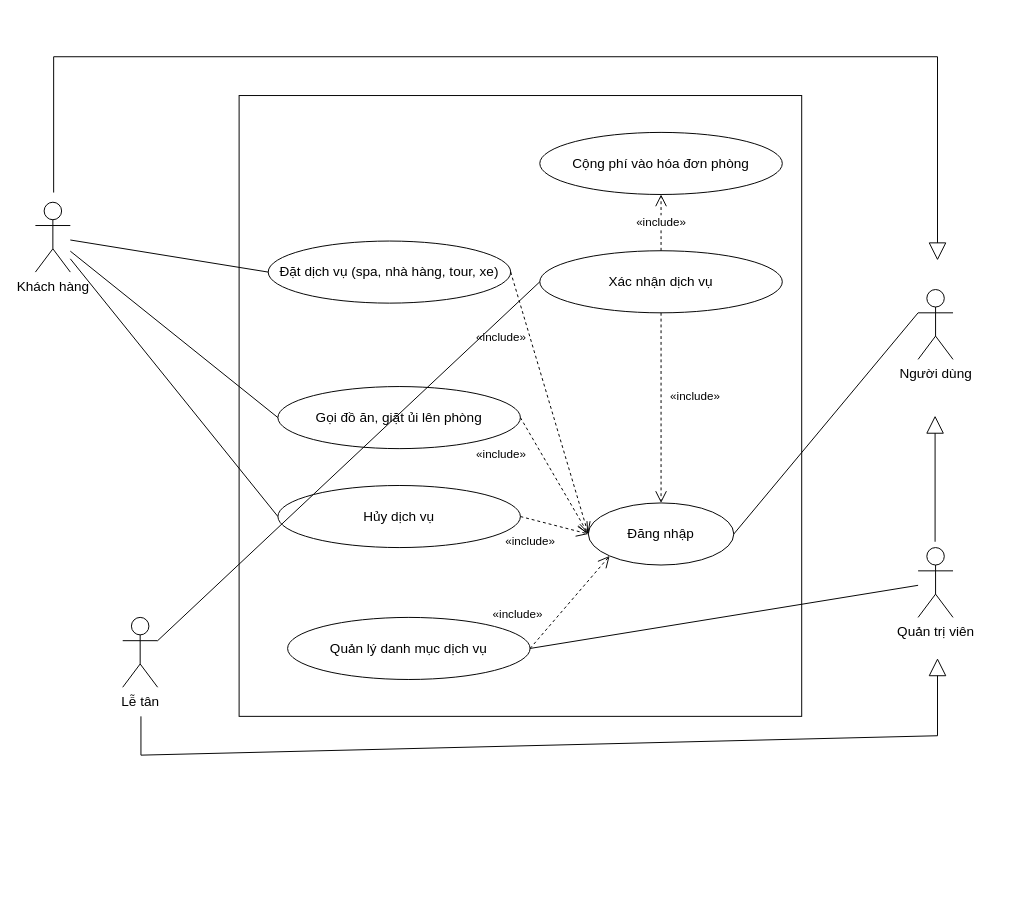
Earlier version of the draw.io diagram docs/use-case/ucn2-dich-vu.drawio (ngynquchn2511/beach-hotel). Source tidied: cells renumbered, new cells numbered last; positions are measured from the earlier drawing's top-left corner, leaving out a move shared by most shapes. Both pictures are drawn from the tidied source at 97%, with x=0, y=0 at pixel (35, 56).
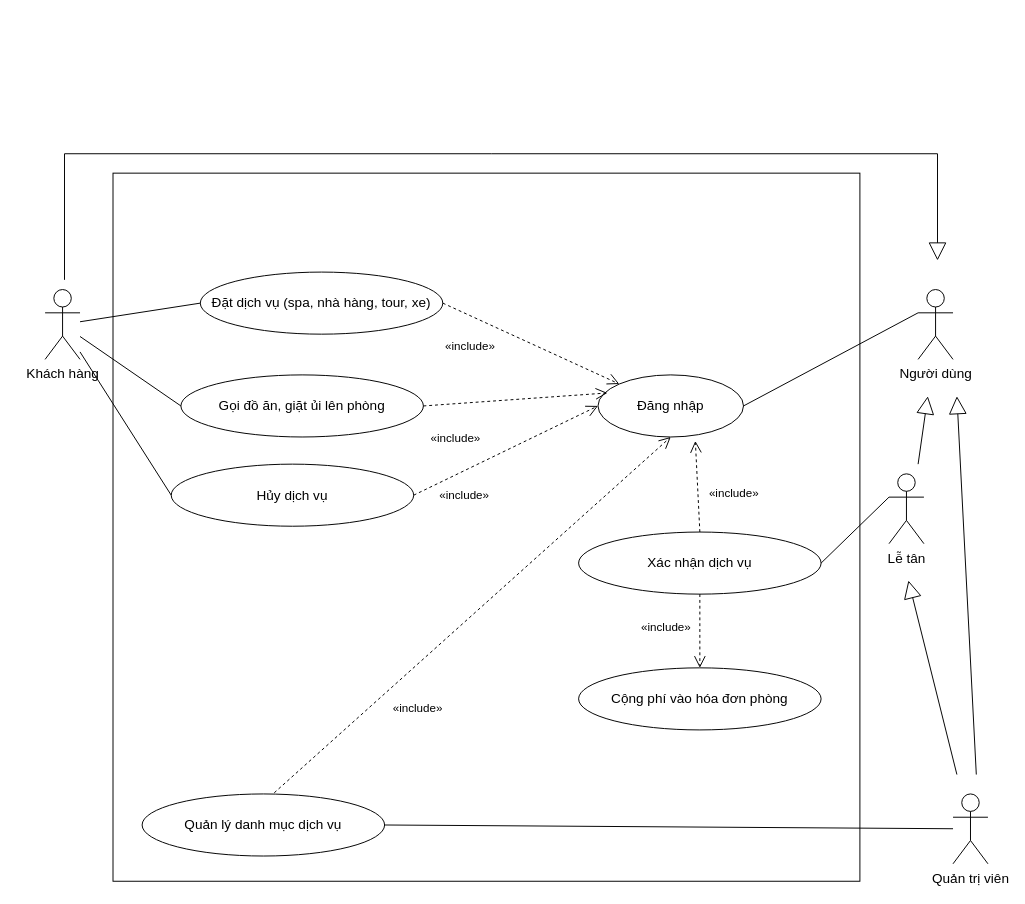
The same diagram, later.

The edit, as a diff of the source:
```diff
@@
     <mxCell id="2" style="fontFamily=Arial;fontColor=#000000;rounded=0;whiteSpace=wrap;html=1;verticalAlign=top;fontStyle=1;fontSize=14;fillColor=none;strokeColor=#000000;spacingTop=6;" parent="1" vertex="1">
-      <mxGeometry x="210" y="40" width="580" height="640" as="geometry" />
+      <mxGeometry x="80" y="120" width="770" height="730" as="geometry" />
     </mxCell>
     <mxCell id="3" value="Đặt dịch vụ (spa, nhà hàng, tour, xe)" style="fontFamily=Arial;fontColor=#000000;ellipse;whiteSpace=wrap;html=1;fillColor=#FFFFFF;strokeColor=#000000;fontSize=14;" parent="1" vertex="1">
-      <mxGeometry x="240" y="190" width="250" height="64" as="geometry" />
+      <mxGeometry x="170" y="222" width="250" height="64" as="geometry" />
     </mxCell>
     <mxCell id="4" value="Gọi đồ ăn, giặt ủi lên phòng" style="fontFamily=Arial;fontColor=#000000;ellipse;whiteSpace=wrap;html=1;fillColor=#FFFFFF;strokeColor=#000000;fontSize=14;" parent="1" vertex="1">
-      <mxGeometry x="250" y="340" width="250" height="64" as="geometry" />
+      <mxGeometry x="150" y="328" width="250" height="64" as="geometry" />
     </mxCell>
     <mxCell id="5" value="Hủy dịch vụ" style="fontFamily=Arial;fontColor=#000000;ellipse;whiteSpace=wrap;html=1;fillColor=#FFFFFF;strokeColor=#000000;fontSize=14;" parent="1" vertex="1">
-      <mxGeometry x="250" y="442" width="250" height="64" as="geometry" />
+      <mxGeometry x="140" y="420" width="250" height="64" as="geometry" />
     </mxCell>
     <mxCell id="6" value="Xác nhận dịch vụ" style="fontFamily=Arial;fontColor=#000000;ellipse;whiteSpace=wrap;html=1;fillColor=#FFFFFF;strokeColor=#000000;fontSize=14;" parent="1" vertex="1">
-      <mxGeometry x="520" y="200" width="250" height="64" as="geometry" />
+      <mxGeometry x="560" y="490" width="250" height="64" as="geometry" />
     </mxCell>
     <mxCell id="7" value="Cộng phí vào hóa đơn phòng" style="fontFamily=Arial;fontColor=#000000;ellipse;whiteSpace=wrap;html=1;fillColor=#FFFFFF;strokeColor=#000000;fontSize=14;" parent="1" vertex="1">
-      <mxGeometry x="520" y="78" width="250" height="64" as="geometry" />
+      <mxGeometry x="560" y="630" width="250" height="64" as="geometry" />
     </mxCell>
     <mxCell id="8" value="Quản lý danh mục dịch vụ" style="fontFamily=Arial;fontColor=#000000;ellipse;whiteSpace=wrap;html=1;fillColor=#FFFFFF;strokeColor=#000000;fontSize=14;" parent="1" vertex="1">
-      <mxGeometry x="260" y="578" width="250" height="64" as="geometry" />
+      <mxGeometry x="110" y="760" width="250" height="64" as="geometry" />
     </mxCell>
     <mxCell id="9" value="Đăng nhập" style="fontFamily=Arial;fontColor=#000000;ellipse;whiteSpace=wrap;html=1;fillColor=#FFFFFF;strokeColor=#000000;fontSize=14;" parent="1" vertex="1">
-      <mxGeometry x="570" y="460" width="150" height="64" as="geometry" />
+      <mxGeometry x="580" y="328" width="150" height="64" as="geometry" />
     </mxCell>
-    <mxCell id="10" value="«include»" style="fontFamily=Arial;fontColor=#000000;endArrow=open;endSize=10;dashed=1;html=1;strokeColor=#000000;rounded=0;fontSize=12;labelBackgroundColor=#FFFFFF;exitX=1;exitY=0.5;exitDx=0;exitDy=0;exitPerimeter=0;entryX=0;entryY=0.5;entryDx=0;entryDy=0;entryPerimeter=0;" parent="1" edge="1" source="3" target="9">
+    <mxCell id="10" value="«include»" style="fontFamily=Arial;fontColor=#000000;endArrow=open;endSize=10;dashed=1;html=1;strokeColor=#000000;rounded=0;fontSize=12;labelBackgroundColor=#FFFFFF;exitX=1;exitY=0.5;exitDx=0;exitDy=0;exitPerimeter=0;entryX=0;entryY=0;entryDx=0;entryDy=0;" parent="1" edge="1" source="3" target="9">
       <mxGeometry x="-0.56" y="-29" relative="1" as="geometry" />
     </mxCell>
     <mxCell id="11" value="Khách hàng" style="fontFamily=Arial;fontColor=#000000;shape=umlActor;verticalLabelPosition=bottom;verticalAlign=top;html=1;outlineConnect=0;fillColor=#FFFFFF;strokeColor=#000000;fontSize=14;" parent="1" vertex="1">
-      <mxGeometry y="150" width="36" height="72" as="geometry" />
+      <mxGeometry x="10" y="240" width="36" height="72" as="geometry" />
     </mxCell>
     <mxCell id="12" value="Lễ tân" style="fontFamily=Arial;fontColor=#000000;shape=umlActor;verticalLabelPosition=bottom;verticalAlign=top;html=1;outlineConnect=0;fillColor=#FFFFFF;strokeColor=#000000;fontSize=14;" parent="1" vertex="1">
-      <mxGeometry x="90" y="578" width="36" height="72" as="geometry" />
+      <mxGeometry x="880" y="430" width="36" height="72" as="geometry" />
     </mxCell>
     <mxCell id="13" value="Quản trị viên" style="fontFamily=Arial;fontColor=#000000;shape=umlActor;verticalLabelPosition=bottom;verticalAlign=top;html=1;outlineConnect=0;fillColor=#FFFFFF;strokeColor=#000000;fontSize=14;" parent="1" vertex="1">
-      <mxGeometry x="910" y="506" width="36" height="72" as="geometry" />
+      <mxGeometry x="946" y="760" width="36" height="72" as="geometry" />
     </mxCell>
@@
-    <mxCell id="18" value="«include»" style="fontFamily=Arial;fontColor=#000000;endArrow=open;endSize=10;dashed=1;html=1;strokeColor=#000000;rounded=0;fontSize=12;labelBackgroundColor=#FFFFFF;exitX=0.5;exitY=0;exitDx=0;exitDy=0;entryX=0.5;entryY=1;entryDx=0;entryDy=0;" parent="1" edge="1" source="6" target="7">
-      <mxGeometry relative="1" as="geometry" />
+    <mxCell id="18" value="«include»" style="fontFamily=Arial;fontColor=#000000;endArrow=open;endSize=10;dashed=1;html=1;strokeColor=#000000;rounded=0;fontSize=12;labelBackgroundColor=#FFFFFF;exitX=0.5;exitY=1;exitDx=0;exitDy=0;entryX=0.5;entryY=0;entryDx=0;entryDy=0;" parent="1" edge="1" source="6" target="7">
+      <mxGeometry x="-0.07" y="-35" relative="1" as="geometry" />
     </mxCell>
@@
     <mxCell id="20" style="endArrow=block;endSize=16;endFill=0;html=1;rounded=0;" parent="1" edge="1">
       <mxGeometry relative="1" as="geometry">
-        <mxPoint x="927.5" y="500" as="sourcePoint" />
-        <mxPoint x="927.5" y="370" as="targetPoint" />
+        <mxPoint x="970" y="740" as="sourcePoint" />
+        <mxPoint x="950" y="350" as="targetPoint" />
       </mxGeometry>
     </mxCell>
@@
-    <mxCell id="22" value="«include»" style="fontFamily=Arial;fontColor=#000000;endArrow=open;endSize=10;dashed=1;html=1;strokeColor=#000000;rounded=0;fontSize=12;labelBackgroundColor=#FFFFFF;exitX=1;exitY=0.5;exitDx=0;exitDy=0;entryX=0;entryY=0.5;entryDx=0;entryDy=0;" parent="1" edge="1" source="4" target="9">
+    <mxCell id="22" value="«include»" style="fontFamily=Arial;fontColor=#000000;endArrow=open;endSize=10;dashed=1;html=1;strokeColor=#000000;rounded=0;fontSize=12;labelBackgroundColor=#FFFFFF;exitX=1;exitY=0.5;exitDx=0;exitDy=0;entryX=0.065;entryY=0.291;entryDx=0;entryDy=0;entryPerimeter=0;" parent="1" edge="1" source="4" target="9">
       <mxGeometry x="-0.67" y="-36" relative="1" as="geometry" />
     </mxCell>
@@
-    <mxCell id="24" value="«include»" style="fontFamily=Arial;fontColor=#000000;endArrow=open;endSize=10;dashed=1;html=1;strokeColor=#000000;rounded=0;fontSize=12;labelBackgroundColor=#FFFFFF;exitX=0.5;exitY=1;exitDx=0;exitDy=0;" parent="1" edge="1" source="6" target="9">
-      <mxGeometry x="-0.12" y="35" relative="1" as="geometry" />
+    <mxCell id="24" value="«include»" style="fontFamily=Arial;fontColor=#000000;endArrow=open;endSize=10;dashed=1;html=1;strokeColor=#000000;rounded=0;fontSize=12;labelBackgroundColor=#FFFFFF;exitX=0.5;exitY=0;exitDx=0;exitDy=0;entryX=0.669;entryY=1.064;entryDx=0;entryDy=0;entryPerimeter=0;" parent="1" edge="1" source="6" target="9">
+      <mxGeometry x="-0.19" y="-37" relative="1" as="geometry" />
     </mxCell>
-    <mxCell id="25" value="«include»" style="fontFamily=Arial;fontColor=#000000;endArrow=open;endSize=10;dashed=1;html=1;strokeColor=#000000;rounded=0;fontSize=12;labelBackgroundColor=#FFFFFF;exitX=1;exitY=0.5;exitDx=0;exitDy=0;entryX=0;entryY=1;entryDx=0;entryDy=0;" parent="1" edge="1" source="8" target="9">
-      <mxGeometry x="-0.71" y="33" relative="1" as="geometry" />
+    <mxCell id="25" value="«include»" style="fontFamily=Arial;fontColor=#000000;endArrow=open;endSize=10;dashed=1;html=1;strokeColor=#000000;rounded=0;fontSize=12;labelBackgroundColor=#FFFFFF;exitX=0.545;exitY=-0.019;exitDx=0;exitDy=0;entryX=0.5;entryY=1;entryDx=0;entryDy=0;exitPerimeter=0;" parent="1" edge="1" source="8" target="9">
+      <mxGeometry x="-0.39" y="-34" relative="1" as="geometry" />
     </mxCell>
     <mxCell id="26" value="&amp;nbsp;" style="endArrow=block;endSize=16;endFill=0;html=1;rounded=0;" parent="1" edge="1">
-      <mxGeometry x="-0.05" y="35" relative="1" as="geometry">
-        <mxPoint x="18.8" y="140" as="sourcePoint" />
+      <mxGeometry x="-0.08" y="35" relative="1" as="geometry">
+        <mxPoint x="30" y="230" as="sourcePoint" />
         <mxPoint x="930" y="210" as="targetPoint" />
         <Array as="points">
-          <mxPoint x="18.8" />
-          <mxPoint x="930" />
+          <mxPoint x="30" y="100" />
+          <mxPoint x="470" y="100" />
+          <mxPoint x="930" y="100" />
         </Array>
       </mxGeometry>
     </mxCell>
-    <mxCell id="27" style="endArrow=block;endSize=16;endFill=0;html=1;rounded=0;" parent="1" edge="1">
-      <mxGeometry relative="1" as="geometry">
-        <mxPoint x="108.8" y="680" as="sourcePoint" />
-        <mxPoint x="930" y="620" as="targetPoint" />
-        <Array as="points">
-          <mxPoint x="108.8" y="720" />
-          <mxPoint x="930" y="700" />
-        </Array>
-      </mxGeometry>
-    </mxCell>
-    <mxCell id="28" style="fontFamily=Arial;fontColor=#000000;endArrow=none;html=1;strokeColor=#000000;rounded=0;entryX=0;entryY=0.5;entryDx=0;entryDy=0;exitX=1;exitY=0.3333333333333333;exitDx=0;exitDy=0;exitPerimeter=0;" parent="1" edge="1" source="12" target="6">
+    <mxCell id="28" style="fontFamily=Arial;fontColor=#000000;endArrow=none;html=1;strokeColor=#000000;rounded=0;entryX=1;entryY=0.5;entryDx=0;entryDy=0;exitX=0;exitY=0.3333333333333333;exitDx=0;exitDy=0;exitPerimeter=0;" parent="1" edge="1" source="12" target="6">
       <mxGeometry relative="1" as="geometry" />
     </mxCell>
+    <mxCell id="29" style="endArrow=block;endSize=16;endFill=0;html=1;rounded=0;" parent="1" edge="1">
+      <mxGeometry relative="1" as="geometry">
+        <mxPoint x="910" y="420" as="sourcePoint" />
+        <mxPoint x="920" y="350" as="targetPoint" />
+      </mxGeometry>
+    </mxCell>
+    <mxCell id="30" style="endArrow=block;endSize=16;endFill=0;html=1;rounded=0;" parent="1" edge="1">
+      <mxGeometry relative="1" as="geometry">
+        <mxPoint x="950" y="740" as="sourcePoint" />
+        <mxPoint x="900" y="540" as="targetPoint" />
+      </mxGeometry>
+    </mxCell>
```
